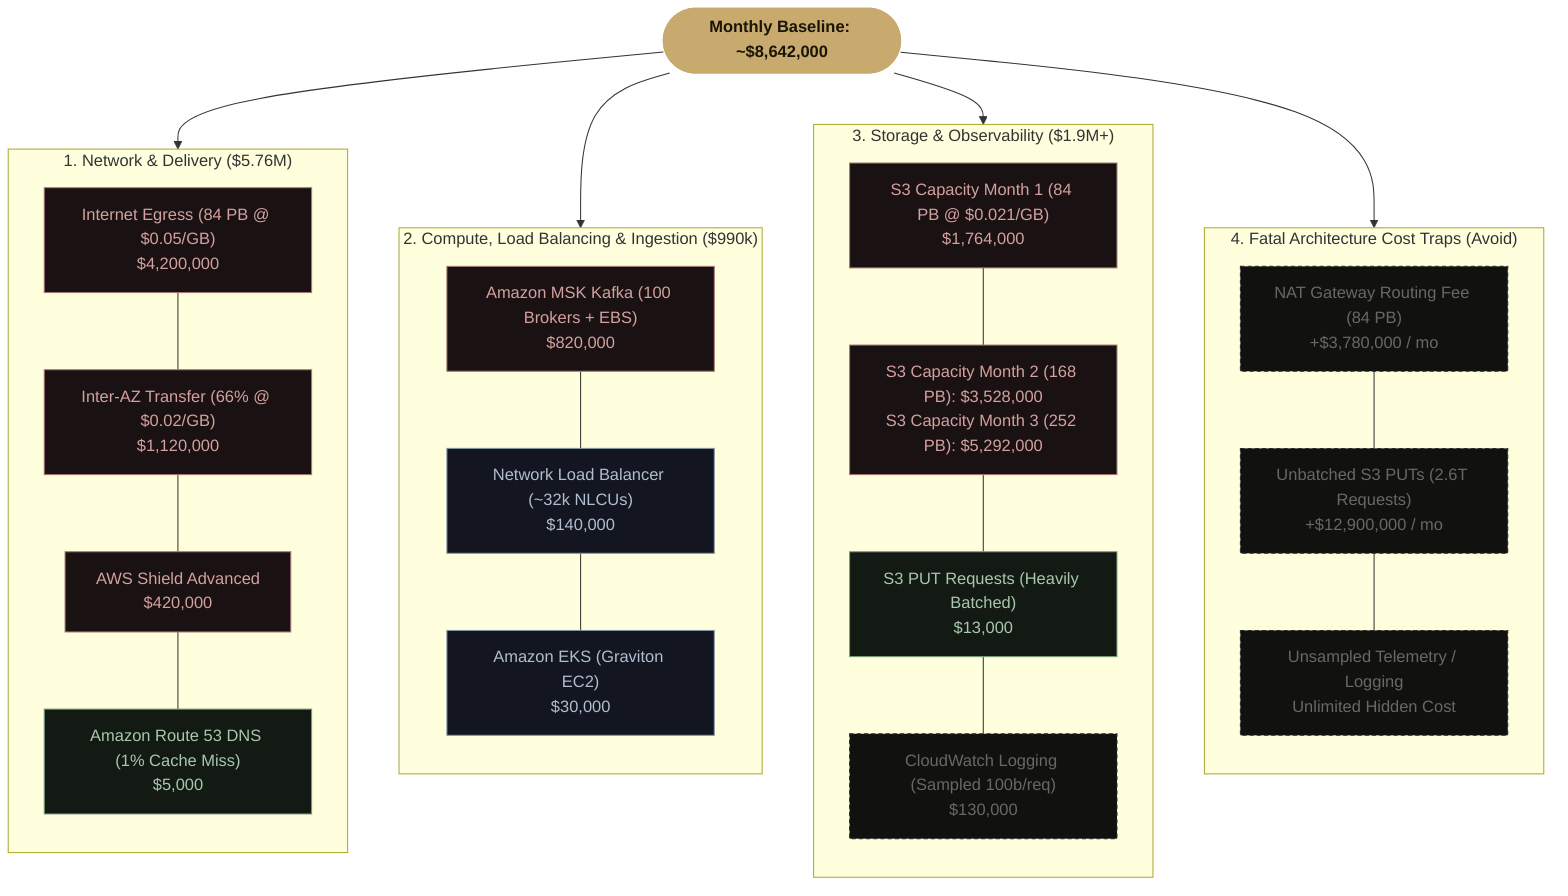
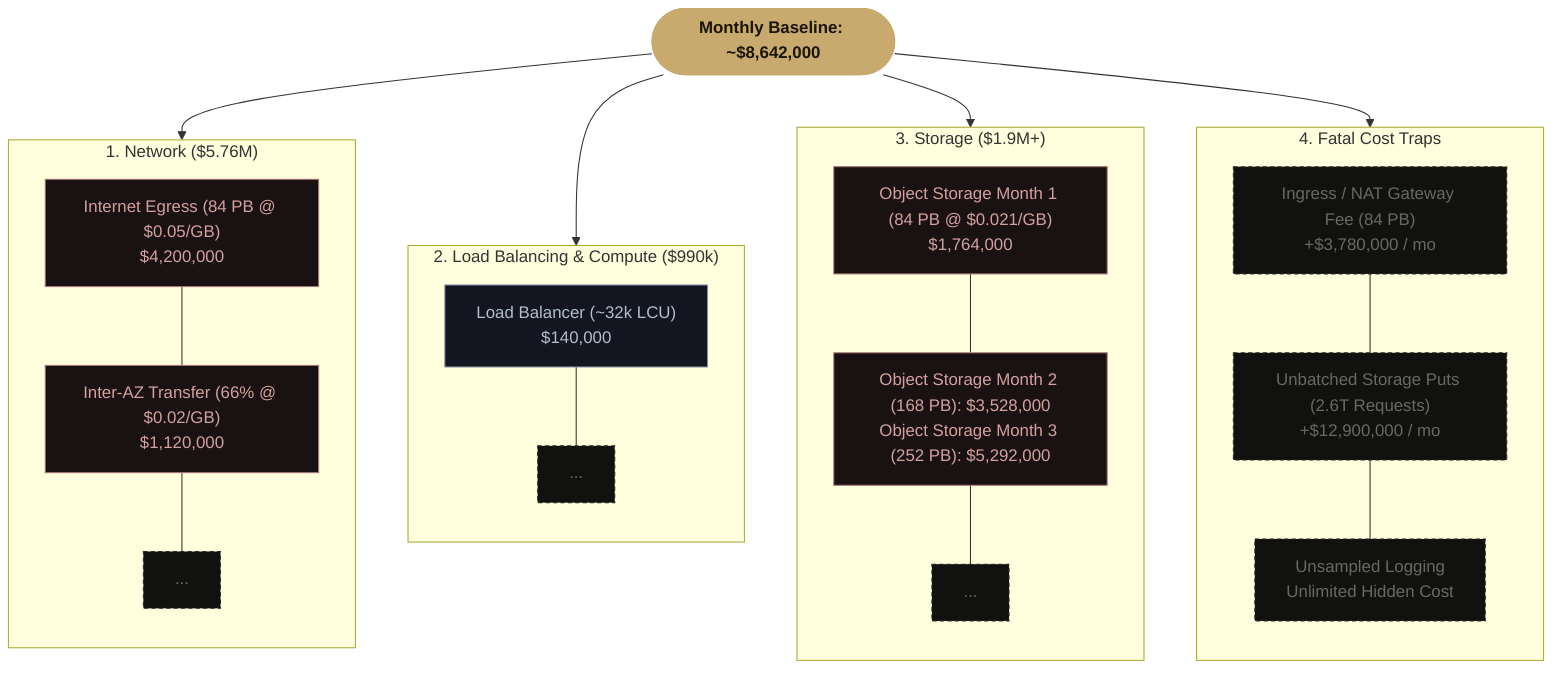
graph TD
    %% ── Classes ─────────────────────────────────────────────
    classDef gold      fill:#1f1c15,stroke:#c8a96e,stroke-width:1.5px,color:#e8d5a8
    classDef sage      fill:#131a14,stroke:#7a9e7e,stroke-width:1px,color:#a8c8ac
    classDef steel     fill:#131620,stroke:#8896a8,stroke-width:1px,color:#b0bece
    classDef crimson   fill:#1a1212,stroke:#a87878,stroke-width:1px,color:#d4a0a0
    classDef ghost     fill:#111110,stroke:#2a2926,stroke-width:1px,color:#6a6860,stroke-dasharray:4 3
    classDef prominent fill:#c8a96e,stroke:#c8a96e,color:#1a1508,font-weight:600

    %% ── Main Header ─────────────────────────────────────────
    TotalCost(["Monthly Baseline: ~$8,642,000"]):::prominent

    %% ── List Layout Using Subgraphs & Links ─────────────────

-     subgraph Network ["1. Network & Delivery ($5.76M)"]
+     subgraph Network ["1. Network ($5.76M)"]
        direction TB
        Egress["Internet Egress (84 PB @ $0.05/GB)<br/>$4,200,000"]:::crimson
        InterAZ["Inter-AZ Transfer (66% @ $0.02/GB)<br/>$1,120,000"]:::crimson
-         Shield["AWS Shield Advanced<br/>$420,000"]:::crimson
-         R53["Amazon Route 53 DNS (1% Cache Miss)<br/>$5,000"]:::sage
+         OtherNetwork["..."]:::ghost

-         Egress --- InterAZ --- Shield --- R53
+         Egress --- InterAZ --- OtherNetwork
    end

-     subgraph Compute ["2. Compute, Load Balancing & Ingestion ($990k)"]
+     subgraph Compute ["2. Load Balancing & Compute ($990k)"]
        direction TB
-         MSK["Amazon MSK Kafka (100 Brokers + EBS)<br/>$820,000"]:::crimson
-         NLB["Network Load Balancer (~32k NLCUs)<br/>$140,000"]:::steel
-         EKS["Amazon EKS (Graviton EC2)<br/>$30,000"]:::steel
+         LB["Load Balancer (~32k LCU)<br/>$140,000"]:::steel
+         OtherCompute["..."]:::ghost

-         MSK --- NLB --- EKS
+         LB --- OtherCompute
    end

-     subgraph Storage ["3. Storage & Observability ($1.9M+)"]
+     subgraph Storage ["3. Storage ($1.9M+)"]
        direction TB
-         S3M1["S3 Capacity Month 1 (84 PB @ $0.021/GB)<br/>$1,764,000"]:::crimson
-         S3M23["S3 Capacity Month 2 (168 PB): $3,528,000<br/>S3 Capacity Month 3 (252 PB): $5,292,000"]:::crimson
-         S3PUT["S3 PUT Requests (Heavily Batched)<br/>$13,000"]:::sage
-         CW["CloudWatch Logging (Sampled 100b/req)<br/>$130,000"]:::ghost
+         S3M1["Object Storage Month 1 (84 PB @ $0.021/GB)<br/>$1,764,000"]:::crimson
+         S3M23["Object Storage Month 2 (168 PB): $3,528,000<br/>Object Storage Month 3 (252 PB): $5,292,000"]:::crimson
+         OtherStorage["..."]:::ghost

-         S3M1 --- S3M23 --- S3PUT --- CW
+         S3M1 --- S3M23 --- OtherStorage
    end

-     subgraph Traps ["4. Fatal Architecture Cost Traps (Avoid)"]
+     subgraph Traps ["4. Fatal Cost Traps"]
        direction TB
-         NAT["NAT Gateway Routing Fee (84 PB)<br/>+$3,780,000 / mo"]:::ghost
-         S3Unbatched["Unbatched S3 PUTs (2.6T Requests)<br/>+$12,900,000 / mo"]:::ghost
-         LogAll["Unsampled Telemetry / Logging<br/>Unlimited Hidden Cost"]:::ghost
+         NAT["Ingress / NAT Gateway Fee (84 PB)<br/>+$3,780,000 / mo"]:::ghost
+         S3Unbatched["Unbatched Storage Puts (2.6T Requests)<br/>+$12,900,000 / mo"]:::ghost
+         LogAll["Unsampled Logging<br/>Unlimited Hidden Cost"]:::ghost

        NAT --- S3Unbatched --- LogAll
    end

    %% Connections from Total
    TotalCost --> Network
    TotalCost --> Compute
    TotalCost --> Storage
    TotalCost --> Traps
